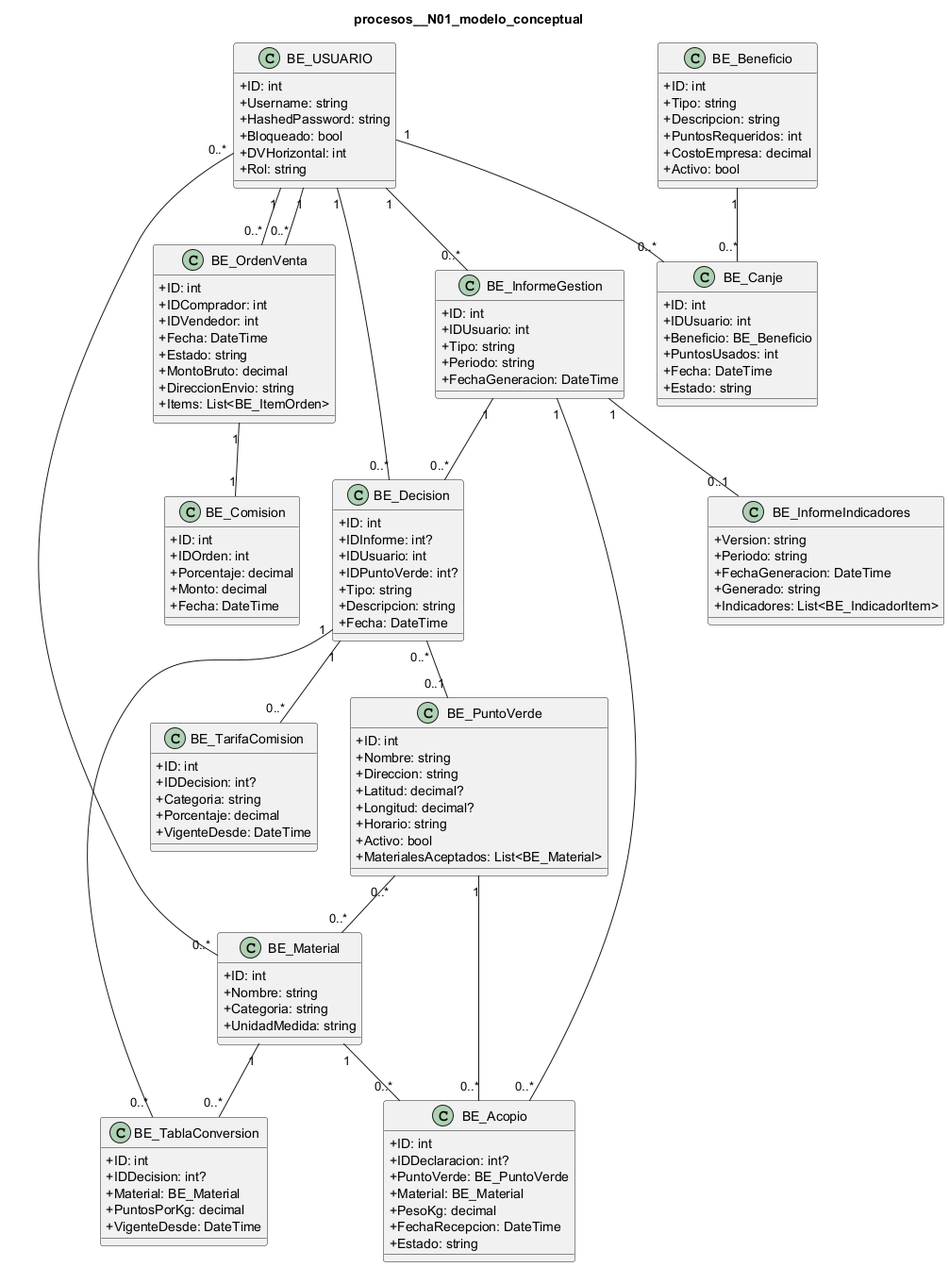
The PlantUML diagram docs/diagramas/uml_png/procesos__N01_modelo_conceptual.png in L-Muniz/uai-diploma_2026, before a commit.
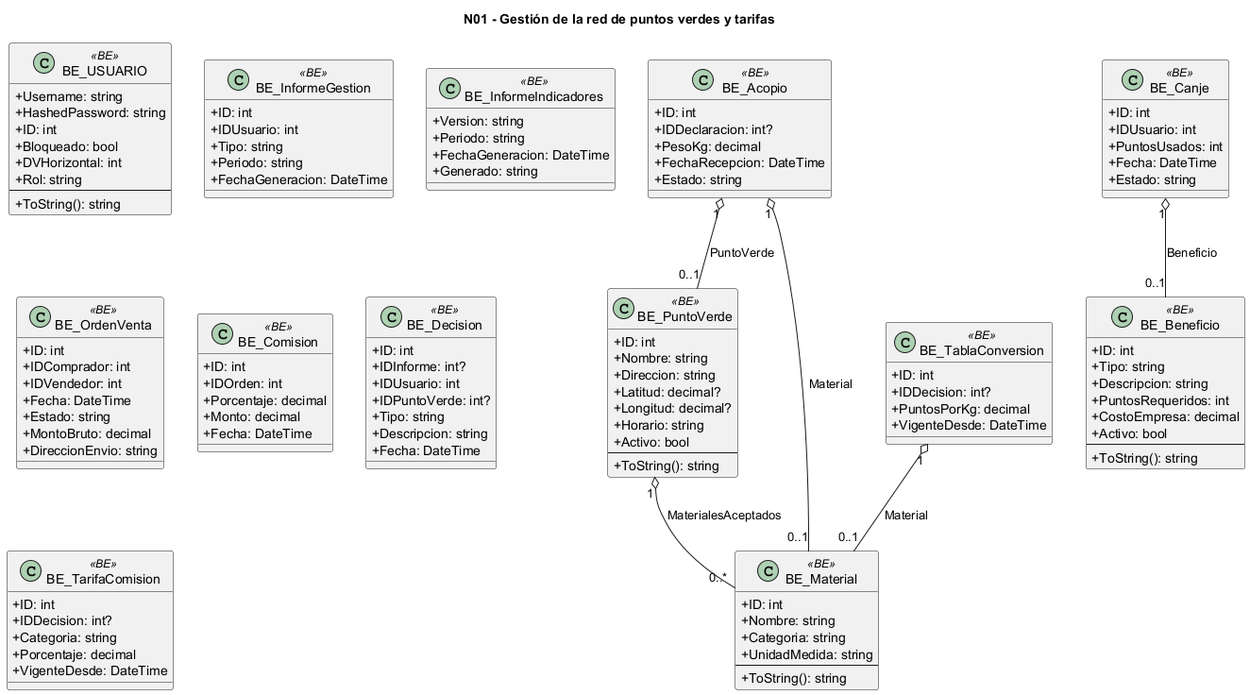
After the change.

The edit, as a diff of the source:
```diff
@@ -1,38 +1,37 @@
 @startuml
 skinparam classAttributeIconSize 0
-title procesos__N01_modelo_conceptual
-class "BE_USUARIO" as USUARIO {
-  +ID: int
+title N01 - Gestión de la red de puntos verdes y tarifas
+class "BE_USUARIO" as BE_USUARIO <<BE>> {
   +Username: string
   +HashedPassword: string
+  +ID: int
   +Bloqueado: bool
   +DVHorizontal: int
   +Rol: string
+  --
+  +ToString(): string
 }
-class "BE_InformeGestion" as INFORME {
+class "BE_InformeGestion" as BE_InformeGestion <<BE>> {
   +ID: int
   +IDUsuario: int
   +Tipo: string
   +Periodo: string
   +FechaGeneracion: DateTime
 }
-class "BE_InformeIndicadores" as IND {
+class "BE_InformeIndicadores" as BE_InformeIndicadores <<BE>> {
   +Version: string
   +Periodo: string
   +FechaGeneracion: DateTime
   +Generado: string
-  +Indicadores: List<BE_IndicadorItem>
 }
-class "BE_Acopio" as ACOPIO {
+class "BE_Acopio" as BE_Acopio <<BE>> {
   +ID: int
   +IDDeclaracion: int?
-  +PuntoVerde: BE_PuntoVerde
-  +Material: BE_Material
   +PesoKg: decimal
   +FechaRecepcion: DateTime
   +Estado: string
 }
-class "BE_PuntoVerde" as PUNTO_VERDE {
+class "BE_PuntoVerde" as BE_PuntoVerde <<BE>> {
   +ID: int
   +Nombre: string
   +Direccion: string
@@ -40,15 +39,18 @@
   +Longitud: decimal?
   +Horario: string
   +Activo: bool
-  +MaterialesAceptados: List<BE_Material>
+  --
+  +ToString(): string
 }
-class "BE_Material" as MATERIAL {
+class "BE_Material" as BE_Material <<BE>> {
   +ID: int
   +Nombre: string
   +Categoria: string
   +UnidadMedida: string
+  --
+  +ToString(): string
 }
-class "BE_OrdenVenta" as ORDEN {
+class "BE_OrdenVenta" as BE_OrdenVenta <<BE>> {
   +ID: int
   +IDComprador: int
   +IDVendedor: int
@@ -56,32 +58,32 @@
   +Estado: string
   +MontoBruto: decimal
   +DireccionEnvio: string
-  +Items: List<BE_ItemOrden>
 }
-class "BE_Comision" as COMISION {
+class "BE_Comision" as BE_Comision <<BE>> {
   +ID: int
   +IDOrden: int
   +Porcentaje: decimal
   +Monto: decimal
   +Fecha: DateTime
 }
-class "BE_Canje" as CANJE {
+class "BE_Canje" as BE_Canje <<BE>> {
   +ID: int
   +IDUsuario: int
-  +Beneficio: BE_Beneficio
   +PuntosUsados: int
   +Fecha: DateTime
   +Estado: string
 }
-class "BE_Beneficio" as BENEFICIO {
+class "BE_Beneficio" as BE_Beneficio <<BE>> {
   +ID: int
   +Tipo: string
   +Descripcion: string
   +PuntosRequeridos: int
   +CostoEmpresa: decimal
   +Activo: bool
+  --
+  +ToString(): string
 }
-class "BE_Decision" as DECISION {
+class "BE_Decision" as BE_Decision <<BE>> {
   +ID: int
   +IDInforme: int?
   +IDUsuario: int
@@ -90,36 +92,22 @@
   +Descripcion: string
   +Fecha: DateTime
 }
-class "BE_TarifaComision" as TARIFA {
+class "BE_TarifaComision" as BE_TarifaComision <<BE>> {
   +ID: int
   +IDDecision: int?
   +Categoria: string
   +Porcentaje: decimal
   +VigenteDesde: DateTime
 }
-class "BE_TablaConversion" as CONVERSION {
+class "BE_TablaConversion" as BE_TablaConversion <<BE>> {
   +ID: int
   +IDDecision: int?
-  +Material: BE_Material
   +PuntosPorKg: decimal
   +VigenteDesde: DateTime
 }
-PUNTO_VERDE "1" -- "0..*" ACOPIO
-MATERIAL "1" -- "0..*" ACOPIO
-PUNTO_VERDE "0..*" -- "0..*" MATERIAL
-USUARIO "1" -- "0..*" CANJE
-BENEFICIO "1" -- "0..*" CANJE
-USUARIO "1" -- "0..*" INFORME
-INFORME "1" -- "0..*" ACOPIO
-INFORME "1" -- "0..*" DECISION
-DECISION "1" -- "0..*" TARIFA
-DECISION "0..*" -- "0..1" PUNTO_VERDE
-DECISION "1" -- "0..*" CONVERSION
-MATERIAL "1" -- "0..*" CONVERSION
-USUARIO "1" -- "0..*" DECISION
-USUARIO "1" -- "0..*" ORDEN
-USUARIO "1" -- "0..*" ORDEN
-ORDEN "1" -- "1" COMISION
-USUARIO "0..*" -- "0..*" MATERIAL
-INFORME "1" -- "0..1" IND
+BE_Acopio "1" o-- "0..1" BE_PuntoVerde : PuntoVerde
+BE_Acopio "1" o-- "0..1" BE_Material : Material
+BE_PuntoVerde "1" o-- "0..*" BE_Material : MaterialesAceptados
+BE_Canje "1" o-- "0..1" BE_Beneficio : Beneficio
+BE_TablaConversion "1" o-- "0..1" BE_Material : Material
 @enduml
```
